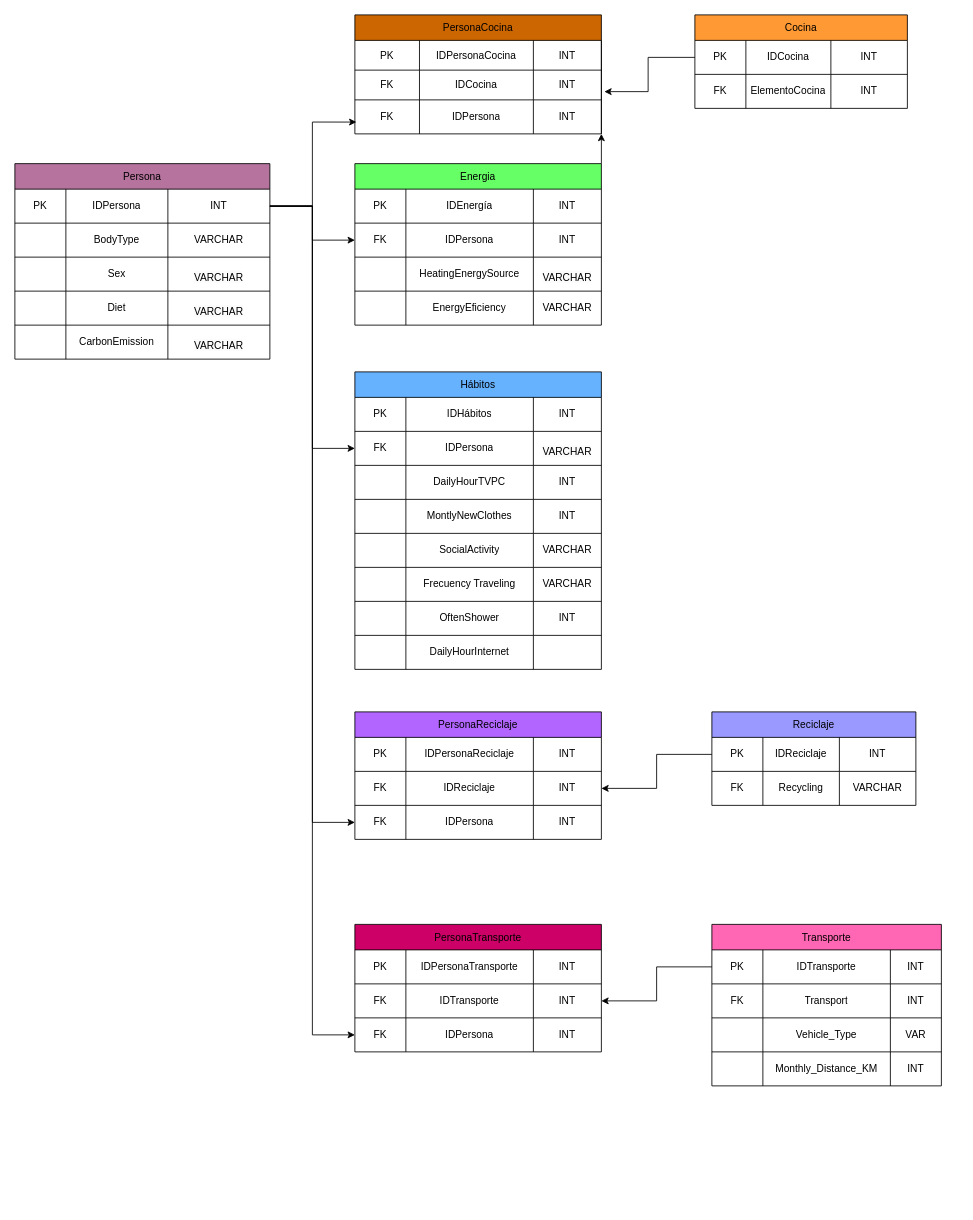
Earlier version of the draw.io diagram Diagrama sin título.drawio (ValentRodriguez/Bases). Source tidied: cells renumbered, new cells numbered last; positions are measured from the earlier drawing's top-left corner, leaving out a move shared by most shapes. Both pictures are drawn from the tidied source at 85%, with x=0, y=0 at pixel (14, 14).
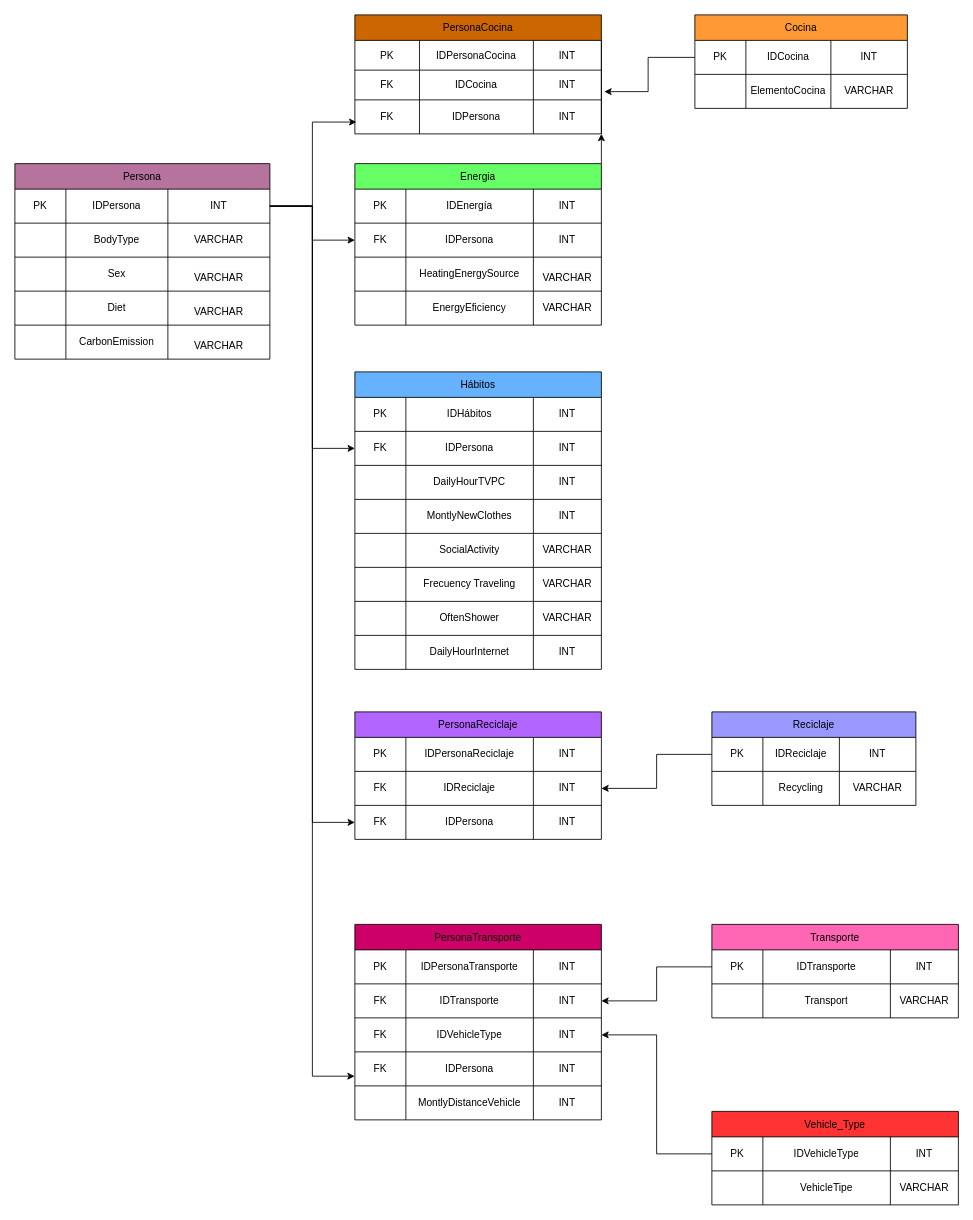
Above is the later version.

The change refers to these unchanged cells:
```xml
<mxCell id="3" style="shape=tableRow;horizontal=0;startSize=0;swimlaneHead=0;swimlaneBody=0;strokeColor=inherit;top=0;left=0;bottom=0;right=0;fillColor=none;points=[[0,0.5],[1,0.5]];portConstraint=eastwest;" parent="2" vertex="1">
  <mxGeometry y="30" width="300" height="40" as="geometry" />
</mxCell>
<mxCell id="24" style="shape=tableRow;horizontal=0;startSize=0;swimlaneHead=0;swimlaneBody=0;strokeColor=inherit;top=0;left=0;bottom=0;right=0;fillColor=none;points=[[0,0.5],[1,0.5]];portConstraint=eastwest;" parent="23" vertex="1">
  <mxGeometry y="30" width="250" height="40" as="geometry" />
</mxCell>
<mxCell id="28" style="shape=tableRow;horizontal=0;startSize=0;swimlaneHead=0;swimlaneBody=0;strokeColor=inherit;top=0;left=0;bottom=0;right=0;fillColor=none;" parent="23" vertex="1">
  <mxGeometry y="70" width="250" height="40" as="geometry" />
</mxCell>
<mxCell id="55" style="shape=tableRow;horizontal=0;startSize=0;swimlaneHead=0;swimlaneBody=0;strokeColor=inherit;top=0;left=0;bottom=0;right=0;fillColor=none;points=[[0,0.5],[1,0.5]];portConstraint=eastwest;" parent="50" vertex="1">
  <mxGeometry y="70" width="290" height="40" as="geometry" />
</mxCell>
<mxCell id="75" style="shape=tableRow;horizontal=0;startSize=0;swimlaneHead=0;swimlaneBody=0;strokeColor=inherit;top=0;left=0;bottom=0;right=0;fillColor=none;" parent="50" vertex="1">
  <mxGeometry y="270" width="290" height="40" as="geometry" />
</mxCell>
<mxCell id="79" style="shape=tableRow;horizontal=0;startSize=0;swimlaneHead=0;swimlaneBody=0;strokeColor=inherit;top=0;left=0;bottom=0;right=0;fillColor=none;" parent="50" vertex="1">
  <mxGeometry y="310" width="290" height="40" as="geometry" />
</mxCell>
<mxCell id="88" style="shape=tableRow;horizontal=0;startSize=0;swimlaneHead=0;swimlaneBody=0;strokeColor=inherit;top=0;left=0;bottom=0;right=0;fillColor=none;" parent="83" vertex="1">
  <mxGeometry y="70" width="240" height="40" as="geometry" />
</mxCell>
<mxCell id="99" style="shape=tableRow;horizontal=0;startSize=0;swimlaneHead=0;swimlaneBody=0;strokeColor=inherit;top=0;left=0;bottom=0;right=0;fillColor=none;points=[[0,0.5],[1,0.5]];portConstraint=eastwest;" parent="94" vertex="1">
  <mxGeometry y="65" width="290" height="35" as="geometry" />
</mxCell>
<mxCell id="129" style="shape=tableRow;horizontal=0;startSize=0;swimlaneHead=0;swimlaneBody=0;strokeColor=inherit;top=0;left=0;bottom=0;right=0;fillColor=none;points=[[0,0.5],[1,0.5]];portConstraint=eastwest;" parent="124" vertex="1">
  <mxGeometry y="70" width="290" height="40" as="geometry" />
</mxCell>
<mxCell id="133" style="shape=tableRow;horizontal=0;startSize=0;swimlaneHead=0;swimlaneBody=0;strokeColor=inherit;top=0;left=0;bottom=0;right=0;fillColor=none;points=[[0,0.5],[1,0.5]];portConstraint=eastwest;" parent="124" vertex="1">
  <mxGeometry y="110" width="290" height="40" as="geometry" />
</mxCell>
```

Change to the diagram source:
```diff
@@
-    <mxCell id="29" value="FK" style="shape=partialRectangle;html=1;whiteSpace=wrap;strokeColor=inherit;overflow=hidden;fillColor=none;top=0;left=0;bottom=0;right=0;" parent="28" vertex="1">
+    <mxCell id="29" style="shape=partialRectangle;html=1;whiteSpace=wrap;strokeColor=inherit;overflow=hidden;fillColor=none;top=0;left=0;bottom=0;right=0;" parent="28" vertex="1">
       <mxGeometry width="60" height="40" as="geometry" />
     </mxCell>
@@
-    <mxCell id="31" value="INT" style="shape=partialRectangle;html=1;whiteSpace=wrap;strokeColor=inherit;overflow=hidden;fillColor=none;top=0;left=0;bottom=0;right=0;" parent="28" vertex="1">
+    <mxCell id="31" value="VARCHAR" style="shape=partialRectangle;html=1;whiteSpace=wrap;strokeColor=inherit;overflow=hidden;fillColor=none;top=0;left=0;bottom=0;right=0;" parent="28" vertex="1">
       <mxGeometry x="160" width="90" height="40" as="geometry" />
     </mxCell>
@@
-    <mxCell id="58" value="&#10;&lt;span style=&quot;color: rgb(0, 0, 0); font-family: Helvetica; font-size: 12px; font-style: normal; font-variant-ligatures: normal; font-variant-caps: normal; font-weight: 400; letter-spacing: normal; orphans: 2; text-align: center; text-indent: 0px; text-transform: none; widows: 2; word-spacing: 0px; -webkit-text-stroke-width: 0px; white-space: normal; background-color: rgb(251, 251, 251); text-decoration-thickness: initial; text-decoration-style: initial; text-decoration-color: initial; display: inline !important; float: none;&quot;&gt;VARCHAR&lt;/span&gt;&#10;&#10;" style="shape=partialRectangle;html=1;whiteSpace=wrap;strokeColor=inherit;overflow=hidden;fillColor=none;top=0;left=0;bottom=0;right=0;" parent="55" vertex="1">
+    <mxCell id="58" value="INT" style="shape=partialRectangle;html=1;whiteSpace=wrap;strokeColor=inherit;overflow=hidden;fillColor=none;top=0;left=0;bottom=0;right=0;" parent="55" vertex="1">
       <mxGeometry x="210" width="80" height="40" as="geometry" />
     </mxCell>
@@
-    <mxCell id="78" value="INT" style="shape=partialRectangle;html=1;whiteSpace=wrap;strokeColor=inherit;overflow=hidden;fillColor=none;top=0;left=0;bottom=0;right=0;" parent="75" vertex="1">
+    <mxCell id="78" value="VARCHAR" style="shape=partialRectangle;html=1;whiteSpace=wrap;strokeColor=inherit;overflow=hidden;fillColor=none;top=0;left=0;bottom=0;right=0;" parent="75" vertex="1">
       <mxGeometry x="210" width="80" height="40" as="geometry" />
     </mxCell>
@@
-    <mxCell id="82" style="shape=partialRectangle;html=1;whiteSpace=wrap;strokeColor=inherit;overflow=hidden;fillColor=none;top=0;left=0;bottom=0;right=0;" parent="79" vertex="1">
+    <mxCell id="82" value="INT" style="shape=partialRectangle;html=1;whiteSpace=wrap;strokeColor=inherit;overflow=hidden;fillColor=none;top=0;left=0;bottom=0;right=0;" parent="79" vertex="1">
       <mxGeometry x="210" width="80" height="40" as="geometry" />
     </mxCell>
@@
-    <mxCell id="89" value="FK" style="shape=partialRectangle;html=1;whiteSpace=wrap;strokeColor=inherit;overflow=hidden;fillColor=none;top=0;left=0;bottom=0;right=0;" parent="88" vertex="1">
+    <mxCell id="89" style="shape=partialRectangle;html=1;whiteSpace=wrap;strokeColor=inherit;overflow=hidden;fillColor=none;top=0;left=0;bottom=0;right=0;" parent="88" vertex="1">
       <mxGeometry width="60" height="40" as="geometry" />
     </mxCell>
@@
     <mxCell id="124" value="PersonaTransporte" style="shape=table;startSize=30;childLayout=tableLayout;fillColor=#CC0066;" parent="1" vertex="1">
-      <mxGeometry x="400" y="1070" width="290" height="150" as="geometry" />
+      <mxGeometry x="400" y="1070" width="290" height="230" as="geometry" />
     </mxCell>
@@
-    <mxCell id="135" value="IDPersona" style="shape=partialRectangle;html=1;whiteSpace=wrap;strokeColor=inherit;overflow=hidden;fillColor=none;top=0;left=0;bottom=0;right=0;" parent="133" vertex="1">
+    <mxCell id="135" value="IDVehicleType" style="shape=partialRectangle;html=1;whiteSpace=wrap;strokeColor=inherit;overflow=hidden;fillColor=none;top=0;left=0;bottom=0;right=0;" parent="133" vertex="1">
       <mxGeometry x="60" width="150" height="40" as="geometry" />
     </mxCell>
@@
+    <mxCell id="157" style="shape=tableRow;horizontal=0;startSize=0;swimlaneHead=0;swimlaneBody=0;strokeColor=inherit;top=0;left=0;bottom=0;right=0;fillColor=none;points=[[0,0.5],[1,0.5]];portConstraint=eastwest;" parent="124" vertex="1">
+      <mxGeometry y="150" width="290" height="40" as="geometry" />
+    </mxCell>
+    <mxCell id="158" value="FK" style="shape=partialRectangle;html=1;whiteSpace=wrap;strokeColor=inherit;overflow=hidden;fillColor=none;top=0;left=0;bottom=0;right=0;" parent="157" vertex="1">
+      <mxGeometry width="60" height="40" as="geometry" />
+    </mxCell>
+    <mxCell id="159" value="IDPersona" style="shape=partialRectangle;html=1;whiteSpace=wrap;strokeColor=inherit;overflow=hidden;fillColor=none;top=0;left=0;bottom=0;right=0;" parent="157" vertex="1">
+      <mxGeometry x="60" width="150" height="40" as="geometry" />
+    </mxCell>
+    <mxCell id="160" value="INT" style="shape=partialRectangle;html=1;whiteSpace=wrap;strokeColor=inherit;overflow=hidden;fillColor=none;top=0;left=0;bottom=0;right=0;" parent="157" vertex="1">
+      <mxGeometry x="210" width="80" height="40" as="geometry" />
+    </mxCell>
+    <mxCell id="161" style="shape=tableRow;horizontal=0;startSize=0;swimlaneHead=0;swimlaneBody=0;strokeColor=inherit;top=0;left=0;bottom=0;right=0;fillColor=none;" parent="124" vertex="1">
+      <mxGeometry y="190" width="290" height="40" as="geometry" />
+    </mxCell>
+    <mxCell id="162" style="shape=partialRectangle;html=1;whiteSpace=wrap;strokeColor=inherit;overflow=hidden;fillColor=none;top=0;left=0;bottom=0;right=0;" parent="161" vertex="1">
+      <mxGeometry width="60" height="40" as="geometry" />
+    </mxCell>
+    <mxCell id="163" value="MontlyDistanceVehicle" style="shape=partialRectangle;html=1;whiteSpace=wrap;strokeColor=inherit;overflow=hidden;fillColor=none;top=0;left=0;bottom=0;right=0;" parent="161" vertex="1">
+      <mxGeometry x="60" width="150" height="40" as="geometry" />
+    </mxCell>
+    <mxCell id="164" value="INT" style="shape=partialRectangle;html=1;whiteSpace=wrap;strokeColor=inherit;overflow=hidden;fillColor=none;top=0;left=0;bottom=0;right=0;" parent="161" vertex="1">
+      <mxGeometry x="210" width="80" height="40" as="geometry" />
+    </mxCell>
     <mxCell id="137" value="Transporte" style="shape=table;startSize=30;childLayout=tableLayout;fillColor=#FF66B3;" parent="1" vertex="1">
-      <mxGeometry x="820" y="1070" width="270" height="190" as="geometry" />
+      <mxGeometry x="820" y="1070" width="290" height="110" as="geometry" />
     </mxCell>
     <mxCell id="138" style="shape=tableRow;horizontal=0;startSize=0;swimlaneHead=0;swimlaneBody=0;strokeColor=inherit;top=0;left=0;bottom=0;right=0;fillColor=none;points=[[0,0.5],[1,0.5]];portConstraint=eastwest;" parent="137" vertex="1">
-      <mxGeometry y="30" width="270" height="40" as="geometry" />
+      <mxGeometry y="30" width="290" height="40" as="geometry" />
     </mxCell>
@@
     <mxCell id="141" value="INT" style="shape=partialRectangle;html=1;whiteSpace=wrap;strokeColor=inherit;overflow=hidden;fillColor=none;top=0;left=0;bottom=0;right=0;" parent="138" vertex="1">
-      <mxGeometry x="210" width="60" height="40" as="geometry" />
+      <mxGeometry x="210" width="80" height="40" as="geometry" />
     </mxCell>
     <mxCell id="142" style="shape=tableRow;horizontal=0;startSize=0;swimlaneHead=0;swimlaneBody=0;strokeColor=inherit;top=0;left=0;bottom=0;right=0;fillColor=none;" parent="137" vertex="1">
-      <mxGeometry y="70" width="270" height="40" as="geometry" />
+      <mxGeometry y="70" width="290" height="40" as="geometry" />
     </mxCell>
-    <mxCell id="143" value="FK" style="shape=partialRectangle;html=1;whiteSpace=wrap;strokeColor=inherit;overflow=hidden;fillColor=none;top=0;left=0;bottom=0;right=0;" parent="142" vertex="1">
+    <mxCell id="143" style="shape=partialRectangle;html=1;whiteSpace=wrap;strokeColor=inherit;overflow=hidden;fillColor=none;top=0;left=0;bottom=0;right=0;" parent="142" vertex="1">
       <mxGeometry width="60" height="40" as="geometry" />
     </mxCell>
@@
-    <mxCell id="145" value="INT" style="shape=partialRectangle;html=1;whiteSpace=wrap;strokeColor=inherit;overflow=hidden;fillColor=none;top=0;left=0;bottom=0;right=0;" parent="142" vertex="1">
-      <mxGeometry x="210" width="60" height="40" as="geometry" />
+    <mxCell id="145" value="VARCHAR" style="shape=partialRectangle;html=1;whiteSpace=wrap;strokeColor=inherit;overflow=hidden;fillColor=none;top=0;left=0;bottom=0;right=0;" parent="142" vertex="1">
+      <mxGeometry x="210" width="80" height="40" as="geometry" />
     </mxCell>
-    <mxCell id="146" style="shape=tableRow;horizontal=0;startSize=0;swimlaneHead=0;swimlaneBody=0;strokeColor=inherit;top=0;left=0;bottom=0;right=0;fillColor=none;" parent="137" vertex="1">
-      <mxGeometry y="110" width="270" height="40" as="geometry" />
-    </mxCell>
-    <mxCell id="147" style="shape=partialRectangle;html=1;whiteSpace=wrap;strokeColor=inherit;overflow=hidden;fillColor=none;top=0;left=0;bottom=0;right=0;" parent="146" vertex="1">
-      <mxGeometry width="60" height="40" as="geometry" />
-    </mxCell>
+    <mxCell id="154" style="edgeStyle=orthogonalEdgeStyle;rounded=0;jettySize=auto;html=1;exitX=0;exitY=0.5;exitDx=0;exitDy=0;" parent="1" edge="1" source="138" target="129">
+      <mxGeometry relative="1" as="geometry" />
+    </mxCell>
+    <mxCell id="156" style="edgeStyle=orthogonalEdgeStyle;rounded=0;jettySize=auto;html=1;exitX=0;exitY=0.5;exitDx=0;exitDy=0;entryX=1.012;entryY=0.723;entryDx=0;entryDy=0;entryPerimeter=0;" parent="1" edge="1" source="24" target="99">
+      <mxGeometry relative="1" as="geometry" />
+    </mxCell>
-    <mxCell id="148" value="Vehicle_Type" style="shape=partialRectangle;html=1;whiteSpace=wrap;strokeColor=inherit;overflow=hidden;fillColor=none;top=0;left=0;bottom=0;right=0;" parent="146" vertex="1">
-      <mxGeometry x="60" width="150" height="40" as="geometry" />
+    <mxCell id="148" value="Vehicle_Type" style="shape=table;startSize=30;childLayout=tableLayout;fillColor=#FF3333;" parent="1" vertex="1">
+      <mxGeometry x="820" y="1290" width="290" height="110" as="geometry" />
     </mxCell>
-    <mxCell id="149" value="VAR" style="shape=partialRectangle;html=1;whiteSpace=wrap;strokeColor=inherit;overflow=hidden;fillColor=none;top=0;left=0;bottom=0;right=0;" parent="146" vertex="1">
-      <mxGeometry x="210" width="60" height="40" as="geometry" />
-    </mxCell>
-    <mxCell id="150" style="shape=tableRow;horizontal=0;startSize=0;swimlaneHead=0;swimlaneBody=0;strokeColor=inherit;top=0;left=0;bottom=0;right=0;fillColor=none;" parent="137" vertex="1">
-      <mxGeometry y="150" width="270" height="40" as="geometry" />
-    </mxCell>
-    <mxCell id="151" style="shape=partialRectangle;html=1;whiteSpace=wrap;strokeColor=inherit;overflow=hidden;fillColor=none;top=0;left=0;bottom=0;right=0;" parent="150" vertex="1">
-      <mxGeometry width="60" height="40" as="geometry" />
-    </mxCell>
-    <mxCell id="152" value="Monthly_Distance_KM" style="shape=partialRectangle;html=1;whiteSpace=wrap;strokeColor=inherit;overflow=hidden;fillColor=none;top=0;left=0;bottom=0;right=0;" parent="150" vertex="1">
-      <mxGeometry x="60" width="150" height="40" as="geometry" />
-    </mxCell>
-    <mxCell id="153" value="INT" style="shape=partialRectangle;html=1;whiteSpace=wrap;strokeColor=inherit;overflow=hidden;fillColor=none;top=0;left=0;bottom=0;right=0;" parent="150" vertex="1">
-      <mxGeometry x="210" width="60" height="40" as="geometry" />
-    </mxCell>
-    <mxCell id="154" style="edgeStyle=orthogonalEdgeStyle;rounded=0;jettySize=auto;html=1;exitX=0;exitY=0.5;exitDx=0;exitDy=0;" parent="1" edge="1" source="138" target="129">
-      <mxGeometry relative="1" as="geometry" />
-    </mxCell>
-    <mxCell id="155" style="edgeStyle=orthogonalEdgeStyle;rounded=0;jettySize=auto;html=1;exitX=1;exitY=0.5;exitDx=0;exitDy=0;entryX=0;entryY=0.5;entryDx=0;entryDy=0;" parent="1" edge="1" source="3" target="133">
-      <mxGeometry relative="1" as="geometry" />
-    </mxCell>
-    <mxCell id="156" style="edgeStyle=orthogonalEdgeStyle;rounded=0;jettySize=auto;html=1;exitX=0;exitY=0.5;exitDx=0;exitDy=0;entryX=1.012;entryY=0.723;entryDx=0;entryDy=0;entryPerimeter=0;" parent="1" edge="1" source="24" target="99">
-      <mxGeometry relative="1" as="geometry" />
-    </mxCell>
+    <mxCell id="165" style="shape=tableRow;horizontal=0;startSize=0;swimlaneHead=0;swimlaneBody=0;strokeColor=inherit;top=0;left=0;bottom=0;right=0;fillColor=none;points=[[0,0.5],[1,0.5]];portConstraint=eastwest;" parent="148" vertex="1">
+      <mxGeometry y="30" width="290" height="40" as="geometry" />
+    </mxCell>
+    <mxCell id="166" value="PK" style="shape=partialRectangle;html=1;whiteSpace=wrap;strokeColor=inherit;overflow=hidden;fillColor=none;top=0;left=0;bottom=0;right=0;" parent="165" vertex="1">
+      <mxGeometry width="60" height="40" as="geometry" />
+    </mxCell>
+    <mxCell id="167" value="IDVehicleType" style="shape=partialRectangle;html=1;whiteSpace=wrap;strokeColor=inherit;overflow=hidden;fillColor=none;top=0;left=0;bottom=0;right=0;" parent="165" vertex="1">
+      <mxGeometry x="60" width="150" height="40" as="geometry" />
+    </mxCell>
+    <mxCell id="168" value="INT" style="shape=partialRectangle;html=1;whiteSpace=wrap;strokeColor=inherit;overflow=hidden;fillColor=none;top=0;left=0;bottom=0;right=0;" parent="165" vertex="1">
+      <mxGeometry x="210" width="80" height="40" as="geometry" />
+    </mxCell>
+    <mxCell id="169" style="shape=tableRow;horizontal=0;startSize=0;swimlaneHead=0;swimlaneBody=0;strokeColor=inherit;top=0;left=0;bottom=0;right=0;fillColor=none;" parent="148" vertex="1">
+      <mxGeometry y="70" width="290" height="40" as="geometry" />
+    </mxCell>
+    <mxCell id="170" style="shape=partialRectangle;html=1;whiteSpace=wrap;strokeColor=inherit;overflow=hidden;fillColor=none;top=0;left=0;bottom=0;right=0;" parent="169" vertex="1">
+      <mxGeometry width="60" height="40" as="geometry" />
+    </mxCell>
+    <mxCell id="171" value="VehicleTipe" style="shape=partialRectangle;html=1;whiteSpace=wrap;strokeColor=inherit;overflow=hidden;fillColor=none;top=0;left=0;bottom=0;right=0;" parent="169" vertex="1">
+      <mxGeometry x="60" width="150" height="40" as="geometry" />
+    </mxCell>
+    <mxCell id="172" value="VARCHAR" style="shape=partialRectangle;html=1;whiteSpace=wrap;strokeColor=inherit;overflow=hidden;fillColor=none;top=0;left=0;bottom=0;right=0;" parent="169" vertex="1">
+      <mxGeometry x="210" width="80" height="40" as="geometry" />
+    </mxCell>
+    <mxCell id="173" style="edgeStyle=orthogonalEdgeStyle;rounded=0;jettySize=auto;html=1;exitX=0;exitY=0.5;exitDx=0;exitDy=0;entryX=1;entryY=0.5;entryDx=0;entryDy=0;" parent="1" edge="1" source="165" target="133">
+      <mxGeometry relative="1" as="geometry" />
+    </mxCell>
+    <mxCell id="174" style="edgeStyle=orthogonalEdgeStyle;rounded=0;jettySize=auto;html=1;exitX=1;exitY=0.5;exitDx=0;exitDy=0;entryX=-0.001;entryY=0.715;entryDx=0;entryDy=0;entryPerimeter=0;" parent="1" edge="1" source="3" target="157">
+      <mxGeometry relative="1" as="geometry" />
+    </mxCell>
```
